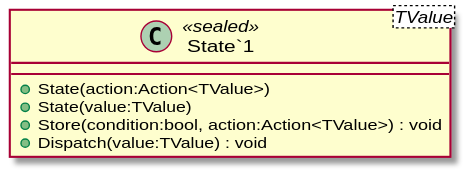
Earlier version of the PlantUML export UML~/Core/Internal/State.svg (xavierarpa/UniFlux). Its diagram source:
```plantuml
@startuml
class "State`1"<TValue> <<sealed>> {
    + State(action:Action<TValue>)
    + State(value:TValue)
    + Store(condition:bool, action:Action<TValue>) : void
    + Dispatch(value:TValue) : void
}
@enduml
```
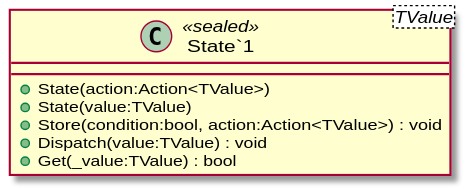
The same diagram one commit later.

What changed in the source:
```diff
@@ -4,5 +4,6 @@
     + State(value:TValue)
     + Store(condition:bool, action:Action<TValue>) : void
     + Dispatch(value:TValue) : void
+    + Get(_value:TValue) : bool
 }
 @enduml
```
